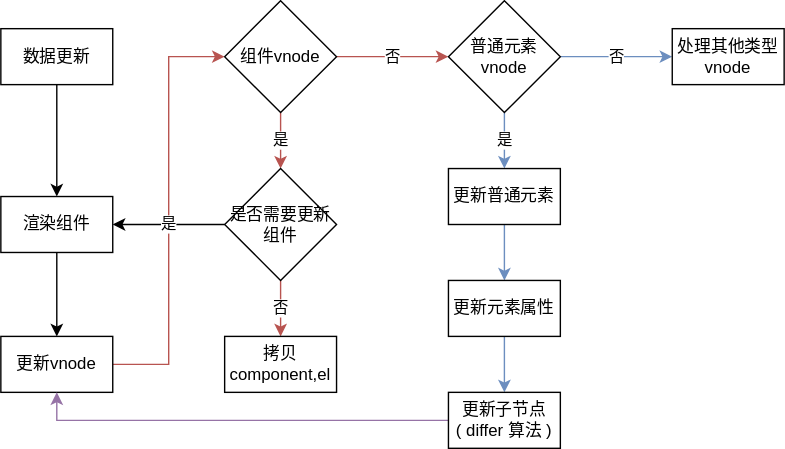
Above: vdom.svg in LeungZ9/v-lite (draw.io), before the change. Source tidied: cells renumbered, new cells last; positions are measured from the earlier drawing's top-left corner, leaving out a move shared by most shapes.
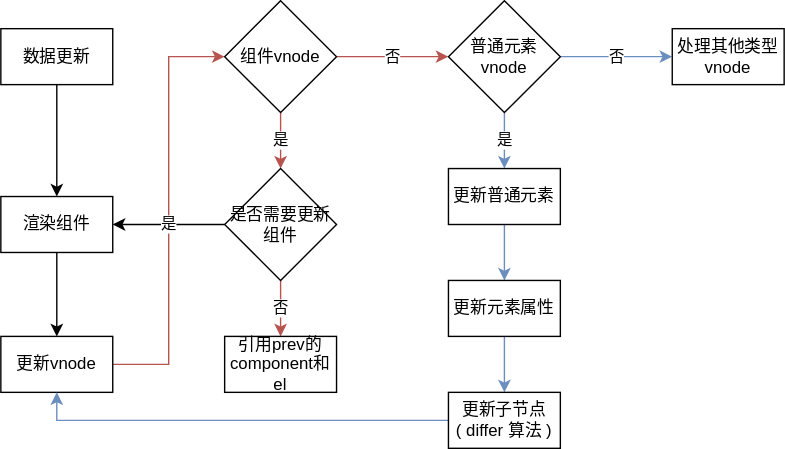
The same diagram one commit later.

Commit message:
feat: vdom flow update

Diff of the diagram source:
```diff
@@ -38,7 +38,7 @@
     <mxCell id="13" value="是否需要更新组件" style="rhombus;whiteSpace=wrap;html=1;" parent="1" vertex="1">
       <mxGeometry x="160" y="120" width="80" height="80" as="geometry" />
     </mxCell>
-    <mxCell id="14" value="拷贝component,el" style="rounded=0;whiteSpace=wrap;html=1;" parent="1" vertex="1">
+    <mxCell id="14" value="引用prev的component和el" style="rounded=0;whiteSpace=wrap;html=1;" parent="1" vertex="1">
       <mxGeometry x="160" y="240" width="80" height="40" as="geometry" />
     </mxCell>
     <mxCell id="15" value="是" style="edgeStyle=orthogonalEdgeStyle;rounded=0;jettySize=auto;html=1;exitX=0.5;exitY=1;exitDx=0;exitDy=0;fillColor=#dae8fc;strokeColor=#6c8ebf;" parent="1" edge="1" source="17" target="19">
@@ -62,7 +62,7 @@
     <mxCell id="21" value="更新元素属性" style="rounded=0;whiteSpace=wrap;html=1;" parent="1" vertex="1">
       <mxGeometry x="320" y="200" width="80" height="40" as="geometry" />
     </mxCell>
-    <mxCell id="22" style="edgeStyle=orthogonalEdgeStyle;rounded=0;jettySize=auto;html=1;exitX=0;exitY=0.5;exitDx=0;exitDy=0;entryX=0.5;entryY=1;entryDx=0;entryDy=0;fillColor=#e1d5e7;strokeColor=#9673a6;" parent="1" edge="1" source="23" target="7">
+    <mxCell id="22" style="edgeStyle=orthogonalEdgeStyle;rounded=0;jettySize=auto;html=1;exitX=0;exitY=0.5;exitDx=0;exitDy=0;entryX=0.5;entryY=1;entryDx=0;entryDy=0;fillColor=#dae8fc;strokeColor=#6c8ebf;" parent="1" edge="1" source="23" target="7">
       <mxGeometry relative="1" as="geometry" />
     </mxCell>
     <mxCell id="23" value="更新子节点&lt;br&gt;( differ 算法 )" style="rounded=0;whiteSpace=wrap;html=1;" parent="1" vertex="1">
```
